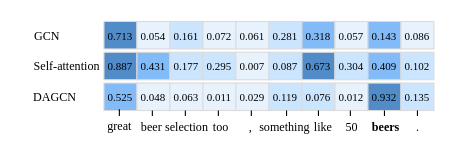
Before: case study.drawio in zhaicao/images, a draw.io diagram. Source tidied: cells renumbered, new cells numbered last; positions are measured from the earlier drawing's top-left corner, leaving out a move shared by most shapes. Both pictures are drawn from the tidied source at 110%, with x=0, y=0 at pixel (19, 19).
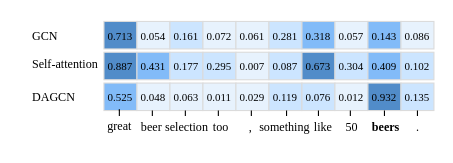
Above is the later version.

Diff of the diagram source:
```diff
@@
-    <mxCell id="51" value="DAGCN" style="text;html=1;align=center;verticalAlign=middle;strokeColor=none;fillColor=none;fontSize=11;fontFamily=Times New Roman;" parent="1" vertex="1">
-      <mxGeometry x="1.5" y="55.5" width="60" height="30" as="geometry" />
+    <mxCell id="51" value="DAGCN" style="text;html=1;align=left;verticalAlign=middle;strokeColor=none;fillColor=none;fontSize=11;fontFamily=Times New Roman;" parent="1" vertex="1">
+      <mxGeometry x="10" y="55.5" width="60" height="30" as="geometry" />
     </mxCell>
-    <mxCell id="52" value="GCN" style="text;html=1;align=center;verticalAlign=middle;strokeColor=none;fillColor=none;fontSize=11;fontFamily=Times New Roman;" parent="1" vertex="1">
-      <mxGeometry y="-0.5" width="50" height="30" as="geometry" />
+    <mxCell id="52" value="GCN" style="text;html=1;align=left;verticalAlign=middle;strokeColor=none;fillColor=none;fontSize=11;fontFamily=Times New Roman;" parent="1" vertex="1">
+      <mxGeometry x="10" y="-0.5" width="50" height="30" as="geometry" />
     </mxCell>
-    <mxCell id="53" value="Self-attention" style="text;html=1;align=center;verticalAlign=middle;strokeColor=none;fillColor=none;fontSize=11;fontFamily=Times New Roman;" parent="1" vertex="1">
-      <mxGeometry x="3" y="27.5" width="80" height="30" as="geometry" />
+    <mxCell id="53" value="Self-attention" style="text;html=1;align=left;verticalAlign=middle;strokeColor=none;fillColor=none;fontSize=11;fontFamily=Times New Roman;" parent="1" vertex="1">
+      <mxGeometry x="10" y="25.5" width="80" height="30" as="geometry" />
     </mxCell>
```
